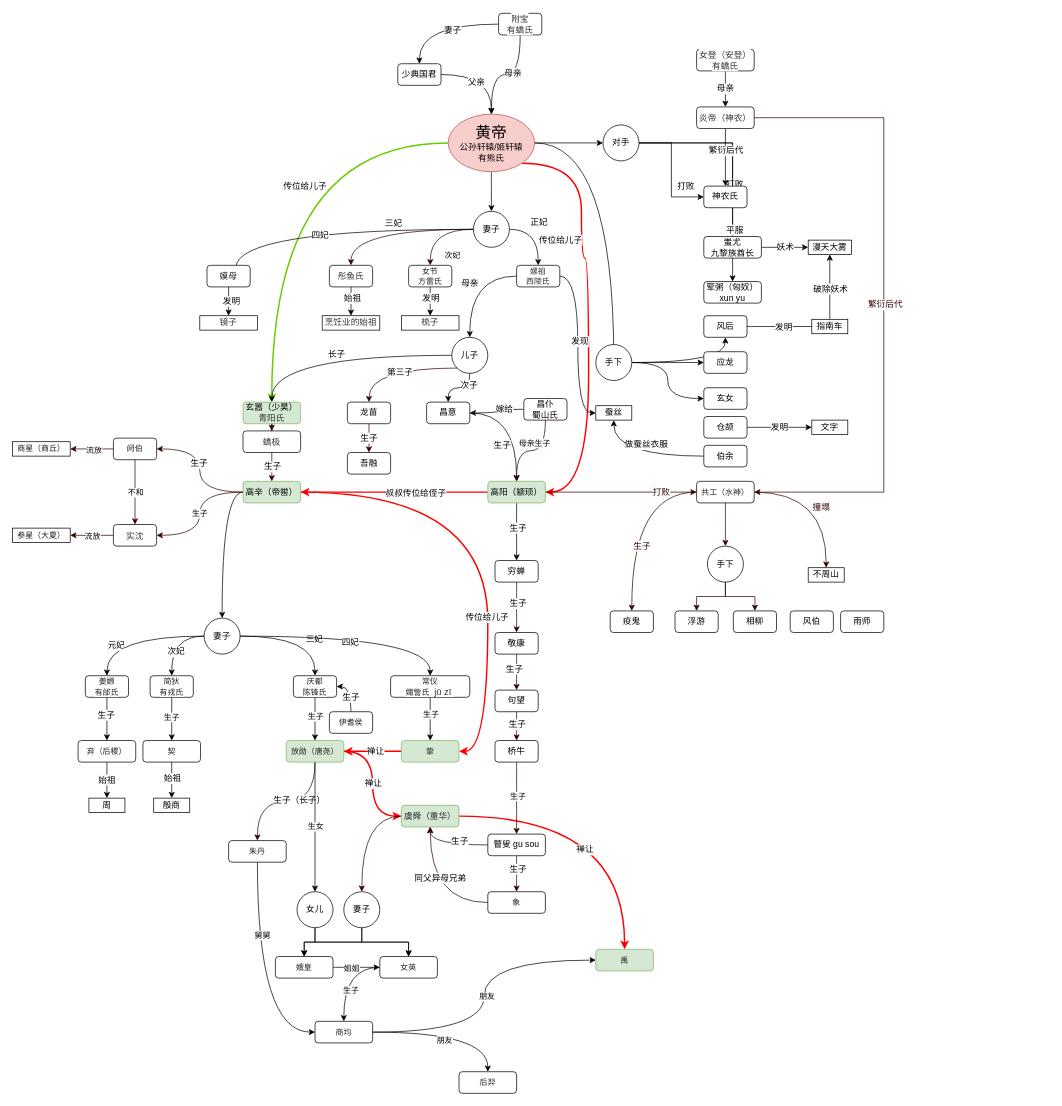
Earlier version of the draw.io diagram page "黄帝" (1 of 4) of 黄帝.drawio (littlebeer/drawio). Source tidied: cells renumbered, new cells numbered last; positions are measured from the earlier drawing's top-left corner, leaving out a move shared by most shapes. Both pictures are drawn from the tidied source at 72%, with x=0, y=0 at pixel (12, 13).
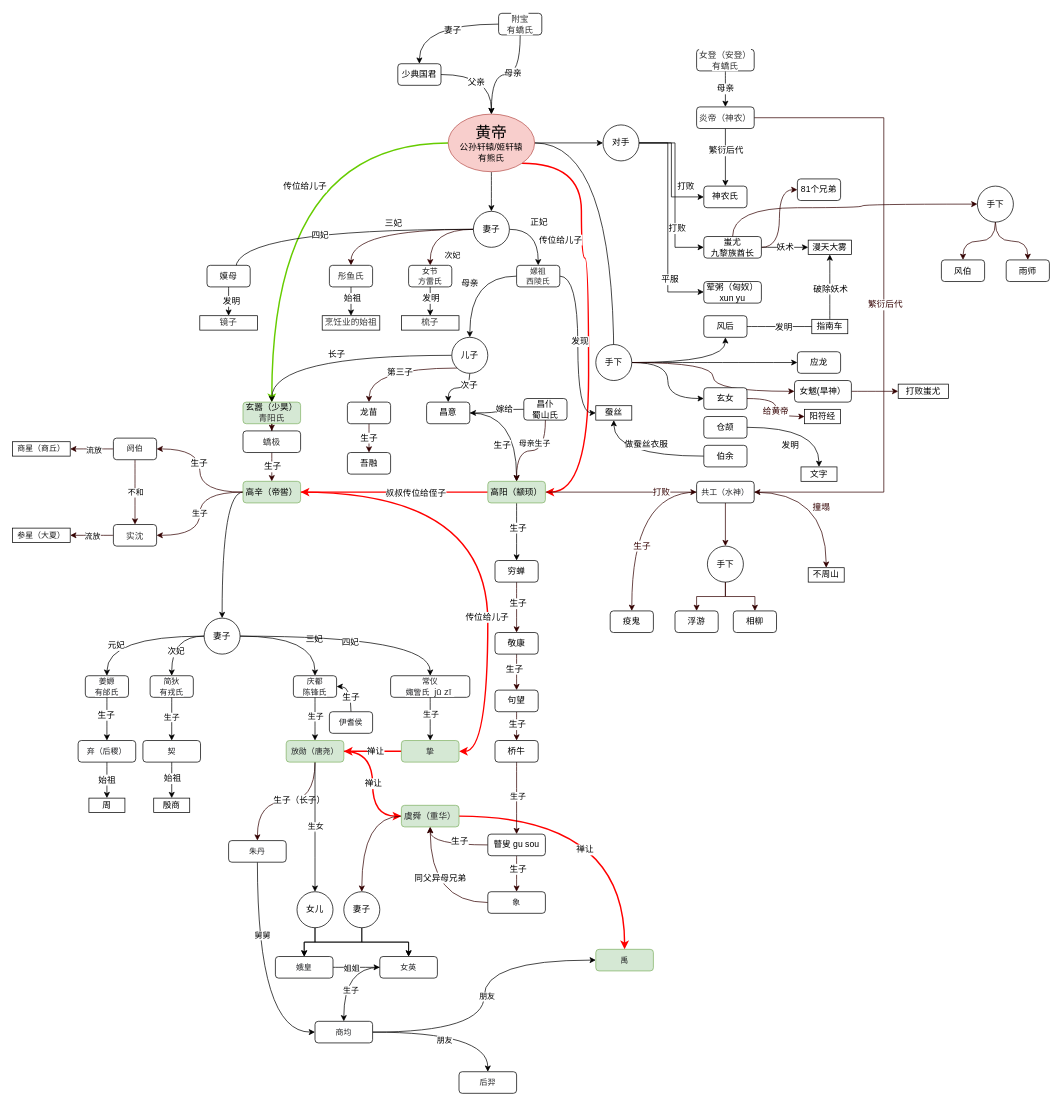
Above is the later version.

Unchanged cells that the change refers to:
```xml
<mxCell id="18" value="对手" style="ellipse;whiteSpace=wrap;html=1;fontSize=12;" parent="1" vertex="1">
  <mxGeometry x="820" y="155" width="50" height="50" as="geometry" />
</mxCell>
<mxCell id="21" value="蚩尤&lt;br&gt;九黎族酋长" style="rounded=1;whiteSpace=wrap;html=1;fontSize=12;" parent="1" vertex="1">
  <mxGeometry x="960" y="310" width="80" height="30" as="geometry" />
</mxCell>
<mxCell id="22" value="荤粥（匈奴）&lt;br&gt;xun yu" style="rounded=1;whiteSpace=wrap;html=1;fontSize=12;" parent="1" vertex="1">
  <mxGeometry x="960" y="372.5" width="80" height="30" as="geometry" />
</mxCell>
<mxCell id="41" value="手下" style="ellipse;whiteSpace=wrap;html=1;fontSize=12;" parent="1" vertex="1">
  <mxGeometry x="810" y="460" width="50" height="50" as="geometry" />
</mxCell>
<mxCell id="46" value="玄女" style="rounded=1;whiteSpace=wrap;html=1;fontSize=12;" parent="1" vertex="1">
  <mxGeometry x="960" y="520" width="60" height="30" as="geometry" />
</mxCell>
<mxCell id="52" value="仓颉" style="rounded=1;whiteSpace=wrap;html=1;fontSize=12;" parent="1" vertex="1">
  <mxGeometry x="960" y="560" width="60" height="30" as="geometry" />
</mxCell>
```

What changed in the source:
```diff
@@
     <mxCell id="14" style="edgeStyle=orthogonalEdgeStyle;rounded=0;jettySize=auto;html=1;fontSize=12;" parent="1" edge="1" source="18" target="21">
-      <mxGeometry relative="1" as="geometry" />
+      <mxGeometry relative="1" as="geometry">
+        <Array as="points">
+          <mxPoint x="920" y="180" />
+          <mxPoint x="920" y="325" />
+        </Array>
+      </mxGeometry>
     </mxCell>
@@
     <mxCell id="16" style="edgeStyle=orthogonalEdgeStyle;rounded=0;jettySize=auto;html=1;fontSize=12;" parent="1" edge="1" source="18" target="22">
-      <mxGeometry relative="1" as="geometry" />
+      <mxGeometry relative="1" as="geometry">
+        <Array as="points">
+          <mxPoint x="910" y="180" />
+          <mxPoint x="910" y="387" />
+        </Array>
+      </mxGeometry>
     </mxCell>
@@
+    <mxCell id="230" style="edgeStyle=orthogonalEdgeStyle;curved=1;rounded=0;jettySize=auto;html=1;entryX=0;entryY=0.5;entryDx=0;entryDy=0;fontSize=12;fontColor=#330000;strokeColor=#330000;strokeWidth=1;" parent="1" edge="1" source="21" target="237">
+      <mxGeometry relative="1" as="geometry">
+        <Array as="points">
+          <mxPoint x="1000" y="270" />
+          <mxPoint x="1180" y="270" />
+          <mxPoint x="1180" y="265" />
+        </Array>
+      </mxGeometry>
+    </mxCell>
+    <mxCell id="231" style="edgeStyle=orthogonalEdgeStyle;curved=1;rounded=0;jettySize=auto;html=1;entryX=0;entryY=0.5;entryDx=0;entryDy=0;fontSize=12;fontColor=#330000;strokeColor=#330000;strokeWidth=1;" parent="1" edge="1" source="21" target="242">
+      <mxGeometry relative="1" as="geometry" />
+    </mxCell>
@@
+    <mxCell id="232" style="edgeStyle=orthogonalEdgeStyle;curved=1;rounded=0;jettySize=auto;html=1;entryX=0;entryY=0.5;entryDx=0;entryDy=0;fontSize=12;fontColor=#330000;strokeColor=#330000;strokeWidth=1;" parent="1" edge="1" source="41" target="239">
+      <mxGeometry relative="1" as="geometry" />
+    </mxCell>
@@
     <mxCell id="45" value="应龙" style="rounded=1;whiteSpace=wrap;html=1;fontSize=12;" parent="1" vertex="1">
-      <mxGeometry x="960" y="470" width="60" height="30" as="geometry" />
+      <mxGeometry x="1090" y="470" width="60" height="30" as="geometry" />
     </mxCell>
+    <mxCell id="233" style="edgeStyle=orthogonalEdgeStyle;curved=1;rounded=0;jettySize=auto;html=1;fontSize=12;fontColor=#330000;strokeColor=#330000;strokeWidth=1;" parent="1" edge="1" source="46" target="241">
+      <mxGeometry relative="1" as="geometry" />
+    </mxCell>
+    <mxCell id="234" value="给黄帝" style="edgeLabel;html=1;align=center;verticalAlign=middle;fontSize=12;fontColor=#330000;" parent="233" vertex="1">
+      <mxGeometry x="0.06" y="-1" relative="1" as="geometry">
+        <mxPoint y="1" as="offset" />
+      </mxGeometry>
+    </mxCell>
@@
     <mxCell id="51" value="发明" style="edgeStyle=orthogonalEdgeStyle;curved=1;rounded=0;jettySize=auto;html=1;fontSize=12;" parent="1" edge="1" source="52" target="53">
-      <mxGeometry relative="1" as="geometry" />
+      <mxGeometry x="-0.23" y="-25" relative="1" as="geometry" />
     </mxCell>
@@
     <mxCell id="53" value="文字" style="rounded=0;whiteSpace=wrap;html=1;fontSize=12;" parent="1" vertex="1">
-      <mxGeometry x="1110" y="565" width="50" height="20" as="geometry" />
+      <mxGeometry x="1095" y="630" width="50" height="20" as="geometry" />
     </mxCell>
@@
     <mxCell id="228" value="风伯" style="rounded=1;whiteSpace=wrap;html=1;fontSize=12;" parent="1" vertex="1">
-      <mxGeometry x="1080" y="830" width="60" height="30" as="geometry" />
+      <mxGeometry x="1290" y="342.5" width="60" height="30" as="geometry" />
     </mxCell>
     <mxCell id="229" value="雨师" style="rounded=1;whiteSpace=wrap;html=1;fontSize=12;" parent="1" vertex="1">
-      <mxGeometry x="1150" y="830" width="60" height="30" as="geometry" />
+      <mxGeometry x="1380" y="342.5" width="60" height="30" as="geometry" />
     </mxCell>
+    <mxCell id="235" style="edgeStyle=orthogonalEdgeStyle;curved=1;rounded=0;jettySize=auto;html=1;fontSize=12;fontColor=#330000;strokeColor=#330000;strokeWidth=1;" parent="1" edge="1" source="237" target="228">
+      <mxGeometry relative="1" as="geometry" />
+    </mxCell>
+    <mxCell id="236" style="edgeStyle=orthogonalEdgeStyle;curved=1;rounded=0;jettySize=auto;html=1;fontSize=12;fontColor=#330000;strokeColor=#330000;strokeWidth=1;" parent="1" edge="1" source="237" target="229">
+      <mxGeometry relative="1" as="geometry" />
+    </mxCell>
+    <mxCell id="237" value="手下" style="ellipse;whiteSpace=wrap;html=1;fontSize=12;" parent="1" vertex="1">
+      <mxGeometry x="1340" y="240" width="50" height="50" as="geometry" />
+    </mxCell>
+    <mxCell id="238" style="edgeStyle=orthogonalEdgeStyle;curved=1;rounded=0;jettySize=auto;html=1;entryX=0;entryY=0.5;entryDx=0;entryDy=0;fontSize=12;fontColor=#330000;strokeColor=#330000;strokeWidth=1;" parent="1" edge="1" source="239" target="240">
+      <mxGeometry relative="1" as="geometry" />
+    </mxCell>
+    <mxCell id="239" value="女魃(旱神）" style="rounded=1;whiteSpace=wrap;html=1;fontSize=12;" parent="1" vertex="1">
+      <mxGeometry x="1086" y="510" width="79" height="30" as="geometry" />
+    </mxCell>
+    <mxCell id="240" value="打败蚩尤" style="rounded=0;whiteSpace=wrap;html=1;fontSize=12;" parent="1" vertex="1">
+      <mxGeometry x="1230" y="515" width="70" height="20" as="geometry" />
+    </mxCell>
+    <mxCell id="241" value="阳符经" style="rounded=0;whiteSpace=wrap;html=1;fontSize=12;" parent="1" vertex="1">
+      <mxGeometry x="1100" y="550" width="50" height="20" as="geometry" />
+    </mxCell>
+    <mxCell id="242" value="81个兄弟" style="rounded=1;whiteSpace=wrap;html=1;fontSize=12;" parent="1" vertex="1">
+      <mxGeometry x="1090" y="230" width="60" height="30" as="geometry" />
+    </mxCell>
```
